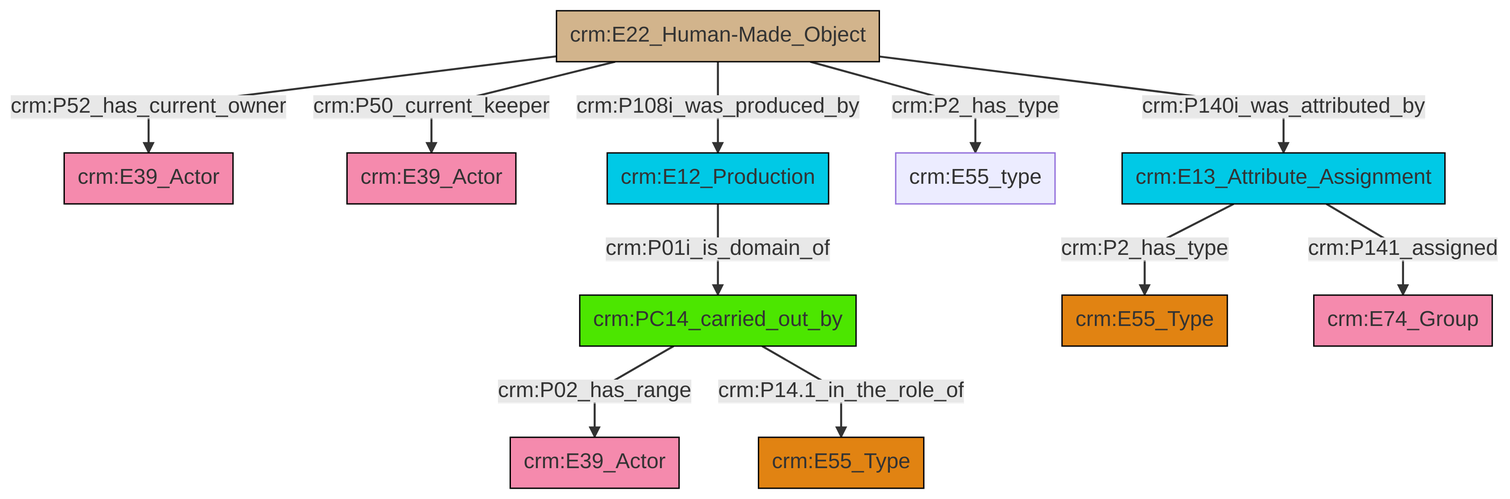
Earlier version of the Mermaid export et/artworkCSV/ttl/mmd/png/Artwork_Actor_Relations.png (swiss-art-research-net/reference-data-models). Its source is kept beside it as et/artworkCSV/ttl/mmd/Artwork_Actor_Relations.ttl.mmd.
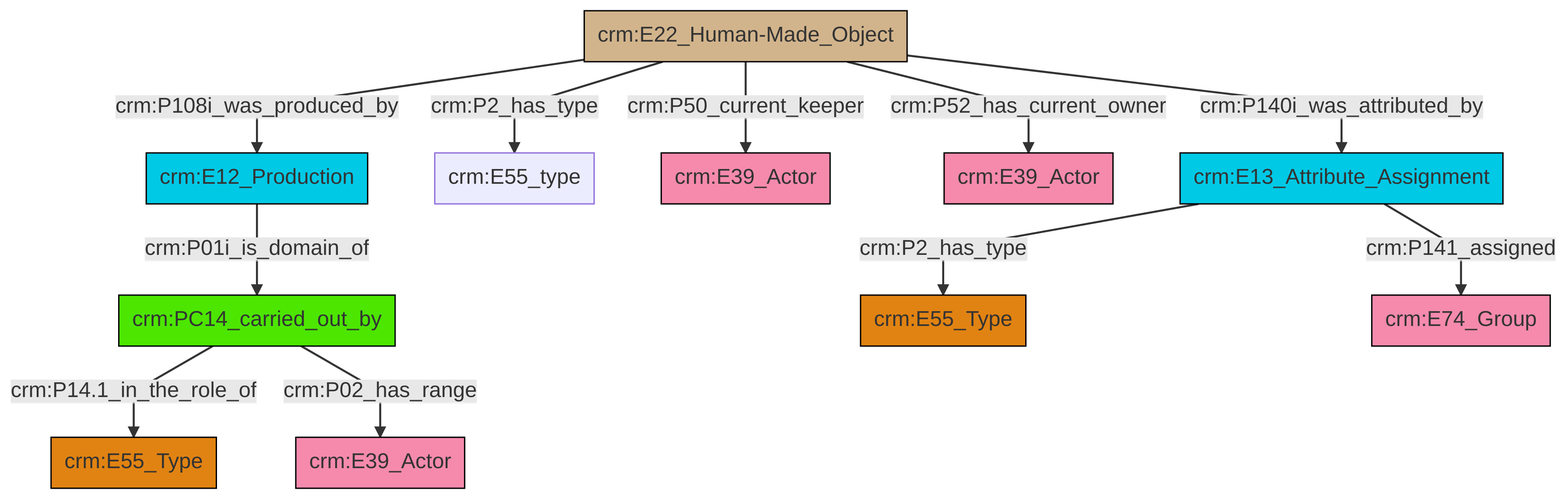
The same file after the commit.

Diff of the diagram source:
```diff
@@ -13,13 +13,13 @@
 classDef PC_Classes fill:#4ce600, stroke:#000000;
 classDef Multi fill:#cccccc,stroke:#000000;
 
-0["crm:E22_Human-Made_Object"]:::Physical_Thing -->|crm:P52_has_current_owner| 1["crm:E39_Actor"]:::Actor
-2["crm:PC14_carried_out_by"]:::PC_Classes -->|crm:P02_has_range| 6["crm:E39_Actor"]:::Actor
-10["crm:E13_Attribute_Assignment"]:::Temporal_Entity -->|crm:P2_has_type| 4["crm:E55_Type"]:::Type
-0["crm:E22_Human-Made_Object"]:::Physical_Thing -->|crm:P140i_was_attributed_by| 10["crm:E13_Attribute_Assignment"]:::Temporal_Entity
-0["crm:E22_Human-Made_Object"]:::Physical_Thing -->|crm:P2_has_type| 16["crm:E55_type"]:::Default
-10["crm:E13_Attribute_Assignment"]:::Temporal_Entity -->|crm:P141_assigned| 14["crm:E74_Group"]:::Actor
-0["crm:E22_Human-Made_Object"]:::Physical_Thing -->|crm:P50_current_keeper| 8["crm:E39_Actor"]:::Actor
-0["crm:E22_Human-Made_Object"]:::Physical_Thing -->|crm:P108i_was_produced_by| 19["crm:E12_Production"]:::Temporal_Entity
-19["crm:E12_Production"]:::Temporal_Entity -->|crm:P01i_is_domain_of| 2["crm:PC14_carried_out_by"]:::PC_Classes
-2["crm:PC14_carried_out_by"]:::PC_Classes -->|crm:P14.1_in_the_role_of| 12["crm:E55_Type"]:::Type
+0["crm:PC14_carried_out_by"]:::PC_Classes -->|crm:P14.1_in_the_role_of| 1["crm:E55_Type"]:::Type
+0["crm:PC14_carried_out_by"]:::PC_Classes -->|crm:P02_has_range| 4["crm:E39_Actor"]:::Actor
+5["crm:E22_Human-Made_Object"]:::Physical_Thing -->|crm:P2_has_type| 6["crm:E55_type"]:::Default
+5["crm:E22_Human-Made_Object"]:::Physical_Thing -->|crm:P50_current_keeper| 9["crm:E39_Actor"]:::Actor
+5["crm:E22_Human-Made_Object"]:::Physical_Thing -->|crm:P108i_was_produced_by| 16["crm:E12_Production"]:::Temporal_Entity
+5["crm:E22_Human-Made_Object"]:::Physical_Thing -->|crm:P140i_was_attributed_by| 2["crm:E13_Attribute_Assignment"]:::Temporal_Entity
+16["crm:E12_Production"]:::Temporal_Entity -->|crm:P01i_is_domain_of| 0["crm:PC14_carried_out_by"]:::PC_Classes
+5["crm:E22_Human-Made_Object"]:::Physical_Thing -->|crm:P52_has_current_owner| 12["crm:E39_Actor"]:::Actor
+2["crm:E13_Attribute_Assignment"]:::Temporal_Entity -->|crm:P2_has_type| 7["crm:E55_Type"]:::Type
+2["crm:E13_Attribute_Assignment"]:::Temporal_Entity -->|crm:P141_assigned| 18["crm:E74_Group"]:::Actor
```
